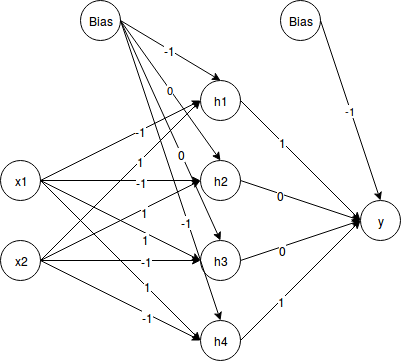
This is Assignment-2/images/3a.png from vishwakftw/CS6510-AML, a draw.io export, as it was before one commit. Source tidied: cells renumbered, new cells last; positions are measured from the earlier drawing's top-left corner, leaving out a move shared by most shapes. The source it was exported from:
```xml
<mxGraphModel background="#ffffff">
  <root>
    <mxCell id="0" />
    <mxCell id="1" parent="0" />
    <mxCell id="2" value="x2" style="ellipse;whiteSpace=wrap;html=1;" parent="1" vertex="1">
      <mxGeometry y="240" width="40" height="40" as="geometry" />
    </mxCell>
    <mxCell id="3" value="x1" style="ellipse;whiteSpace=wrap;html=1;" parent="1" vertex="1">
      <mxGeometry y="160" width="40" height="40" as="geometry" />
    </mxCell>
    <mxCell id="4" value="h1" style="ellipse;whiteSpace=wrap;html=1;" parent="1" vertex="1">
      <mxGeometry x="200" y="80" width="40" height="40" as="geometry" />
    </mxCell>
    <mxCell id="5" value="h2" style="ellipse;whiteSpace=wrap;html=1;" parent="1" vertex="1">
      <mxGeometry x="200" y="160" width="40" height="40" as="geometry" />
    </mxCell>
    <mxCell id="6" value="h3" style="ellipse;whiteSpace=wrap;html=1;" parent="1" vertex="1">
      <mxGeometry x="200" y="240" width="40" height="40" as="geometry" />
    </mxCell>
    <mxCell id="7" value="h4" style="ellipse;whiteSpace=wrap;html=1;" parent="1" vertex="1">
      <mxGeometry x="200" y="320" width="40" height="40" as="geometry" />
    </mxCell>
    <mxCell id="8" style="endArrow=classic;html=1;entryX=0;entryY=0.5;exitX=1;exitY=0.5;" parent="1" edge="1" source="3" target="4">
      <mxGeometry relative="1" as="geometry" />
    </mxCell>
    <mxCell id="9" value="-1" style="text;html=1;align=center;verticalAlign=middle;labelBackgroundColor=#ffffff;fontSize=12;" parent="8" vertex="1">
      <mxGeometry x="-0.01" y="-3" relative="1" as="geometry">
        <mxPoint x="20" y="-13" as="offset" />
      </mxGeometry>
    </mxCell>
    <mxCell id="10" style="endArrow=classic;html=1;entryX=0;entryY=0.5;exitX=1;exitY=0.5;" parent="1" edge="1" source="3" target="5">
      <mxGeometry relative="1" as="geometry" />
    </mxCell>
    <mxCell id="11" value="-1" style="text;html=1;align=center;verticalAlign=middle;labelBackgroundColor=#ffffff;fontSize=12;" parent="10" vertex="1">
      <mxGeometry x="0.26" y="-1" relative="1" as="geometry" />
    </mxCell>
    <mxCell id="12" style="endArrow=classic;html=1;entryX=0;entryY=0.5;exitX=1;exitY=0.5;" parent="1" edge="1" source="3" target="6">
      <mxGeometry relative="1" as="geometry" />
    </mxCell>
    <mxCell id="13" value="1" style="text;html=1;align=center;verticalAlign=middle;labelBackgroundColor=#ffffff;fontSize=12;" parent="12" vertex="1">
      <mxGeometry x="0.34" y="-5" relative="1" as="geometry" />
    </mxCell>
    <mxCell id="14" style="endArrow=classic;html=1;entryX=0;entryY=0.5;" parent="1" edge="1" target="7">
      <mxGeometry relative="1" as="geometry">
        <mxPoint x="40" y="180" as="sourcePoint" />
      </mxGeometry>
    </mxCell>
    <mxCell id="15" value="1" style="text;html=1;align=center;verticalAlign=middle;labelBackgroundColor=#ffffff;fontSize=12;" parent="14" vertex="1">
      <mxGeometry x="0.33" y="1" relative="1" as="geometry" />
    </mxCell>
    <mxCell id="16" style="endArrow=classic;html=1;entryX=0;entryY=0.5;exitX=1;exitY=0.5;" parent="1" edge="1" source="2" target="4">
      <mxGeometry relative="1" as="geometry" />
    </mxCell>
    <mxCell id="17" value="1" style="text;html=1;align=center;verticalAlign=middle;labelBackgroundColor=#ffffff;fontSize=12;" parent="16" vertex="1">
      <mxGeometry x="0.21" y="-6" relative="1" as="geometry">
        <mxPoint x="-1" y="-7" as="offset" />
      </mxGeometry>
    </mxCell>
    <mxCell id="18" style="endArrow=classic;html=1;entryX=0;entryY=0.5;exitX=1;exitY=0.5;" parent="1" edge="1" source="2" target="5">
      <mxGeometry relative="1" as="geometry" />
    </mxCell>
    <mxCell id="19" value="1" style="text;html=1;align=center;verticalAlign=middle;labelBackgroundColor=#ffffff;fontSize=12;" parent="18" vertex="1">
      <mxGeometry x="0.28" y="-4" relative="1" as="geometry">
        <mxPoint y="-1" as="offset" />
      </mxGeometry>
    </mxCell>
    <mxCell id="20" style="endArrow=classic;html=1;entryX=0;entryY=0.5;exitX=1;exitY=0.5;" parent="1" edge="1" source="2" target="6">
      <mxGeometry relative="1" as="geometry" />
    </mxCell>
    <mxCell id="21" value="-1" style="text;html=1;align=center;verticalAlign=middle;labelBackgroundColor=#ffffff;fontSize=12;" parent="20" vertex="1">
      <mxGeometry x="0.33" relative="1" as="geometry" />
    </mxCell>
    <mxCell id="22" style="endArrow=classic;html=1;entryX=0;entryY=0.5;exitX=1;exitY=0.5;" parent="1" edge="1" source="2" target="7">
      <mxGeometry relative="1" as="geometry" />
    </mxCell>
    <mxCell id="23" value="-1" style="text;html=1;align=center;verticalAlign=middle;labelBackgroundColor=#ffffff;fontSize=12;" parent="22" vertex="1">
      <mxGeometry x="0.35" y="-3" relative="1" as="geometry" />
    </mxCell>
    <mxCell id="24" value="y" style="ellipse;whiteSpace=wrap;html=1;" parent="1" vertex="1">
      <mxGeometry x="360" y="200" width="40" height="40" as="geometry" />
    </mxCell>
    <mxCell id="25" style="endArrow=classic;html=1;entryX=0;entryY=0.5;exitX=1;exitY=0.5;" parent="1" edge="1" source="4" target="24">
      <mxGeometry relative="1" as="geometry" />
    </mxCell>
    <mxCell id="26" value="1" style="text;html=1;align=center;verticalAlign=middle;labelBackgroundColor=#ffffff;fontSize=12;" parent="25" vertex="1">
      <mxGeometry x="-0.31" y="1" relative="1" as="geometry" />
    </mxCell>
    <mxCell id="27" style="endArrow=classic;html=1;entryX=0;entryY=0.5;exitX=1;exitY=0.5;" parent="1" edge="1" source="5" target="24">
      <mxGeometry relative="1" as="geometry" />
    </mxCell>
    <mxCell id="28" value="0" style="text;html=1;align=center;verticalAlign=middle;labelBackgroundColor=#ffffff;fontSize=12;" parent="27" vertex="1">
      <mxGeometry x="-0.33" y="-1" relative="1" as="geometry" />
    </mxCell>
    <mxCell id="29" style="endArrow=classic;html=1;exitX=1;exitY=0.5;" parent="1" edge="1" source="6">
      <mxGeometry relative="1" as="geometry">
        <mxPoint x="360" y="220" as="targetPoint" />
      </mxGeometry>
    </mxCell>
    <mxCell id="30" value="0" style="text;html=1;align=center;verticalAlign=middle;labelBackgroundColor=#ffffff;fontSize=12;" parent="29" vertex="1">
      <mxGeometry x="-0.32" y="-3" relative="1" as="geometry" />
    </mxCell>
    <mxCell id="31" style="endArrow=classic;html=1;entryX=0;entryY=0.5;exitX=1;exitY=0.5;" parent="1" edge="1" source="7" target="24">
      <mxGeometry relative="1" as="geometry" />
    </mxCell>
    <mxCell id="32" value="1" style="text;html=1;align=center;verticalAlign=middle;labelBackgroundColor=#ffffff;fontSize=12;" parent="31" vertex="1">
      <mxGeometry x="-0.33" y="-1" relative="1" as="geometry" />
    </mxCell>
    <mxCell id="33" value="Bias" style="ellipse;whiteSpace=wrap;html=1;" parent="1" vertex="1">
      <mxGeometry x="80" width="40" height="40" as="geometry" />
    </mxCell>
    <mxCell id="34" value="-1" style="endArrow=classic;html=1;entryX=0.5;entryY=0;exitX=1;exitY=0.5;fontSize=12;" parent="1" edge="1" source="33" target="4">
      <mxGeometry relative="1" as="geometry" />
    </mxCell>
    <mxCell id="35" value="0" style="endArrow=classic;html=1;exitX=1;exitY=0.5;entryX=0.5;entryY=0;" parent="1" edge="1" source="33" target="5">
      <mxGeometry relative="1" as="geometry" />
    </mxCell>
    <mxCell id="36" style="endArrow=classic;html=1;entryX=0.5;entryY=0;exitX=1;exitY=0.5;" parent="1" edge="1" source="33" target="6">
      <mxGeometry relative="1" as="geometry" />
    </mxCell>
    <mxCell id="37" value="0" style="text;html=1;align=center;verticalAlign=middle;labelBackgroundColor=#ffffff;fontSize=12;" parent="36" vertex="1">
      <mxGeometry x="0.22" relative="1" as="geometry" />
    </mxCell>
    <mxCell id="38" style="endArrow=classic;html=1;entryX=0.5;entryY=0;exitX=1;exitY=0.5;" parent="1" edge="1" source="33" target="7">
      <mxGeometry relative="1" as="geometry" />
    </mxCell>
    <mxCell id="39" value="-1" style="text;html=1;align=center;verticalAlign=middle;labelBackgroundColor=#ffffff;fontSize=12;" parent="38" vertex="1">
      <mxGeometry x="0.34" y="-1" relative="1" as="geometry" />
    </mxCell>
    <mxCell id="40" value="Bias" style="ellipse;whiteSpace=wrap;html=1;" parent="1" vertex="1">
      <mxGeometry x="280" width="40" height="40" as="geometry" />
    </mxCell>
    <mxCell id="41" value="-1" style="endArrow=classic;html=1;exitX=1;exitY=0.5;entryX=0.5;entryY=0;" parent="1" edge="1" source="40" target="24">
      <mxGeometry relative="1" as="geometry" />
    </mxCell>
  </root>
</mxGraphModel>
```
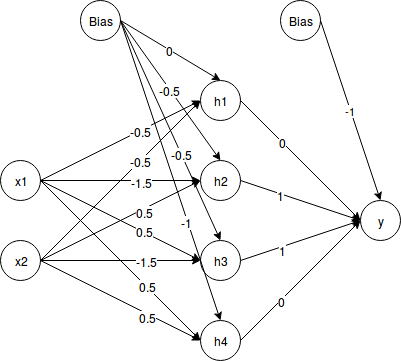
After the change.

Change to the diagram source:
```diff
@@ -23,7 +23,7 @@
     <mxCell id="8" style="endArrow=classic;html=1;entryX=0;entryY=0.5;exitX=1;exitY=0.5;" parent="1" edge="1" source="3" target="4">
       <mxGeometry relative="1" as="geometry" />
     </mxCell>
-    <mxCell id="9" value="-1" style="text;html=1;align=center;verticalAlign=middle;labelBackgroundColor=#ffffff;fontSize=12;" parent="8" vertex="1">
+    <mxCell id="9" value="-0.5" style="text;html=1;align=center;verticalAlign=middle;labelBackgroundColor=#ffffff;fontSize=12;" parent="8" vertex="1">
       <mxGeometry x="-0.01" y="-3" relative="1" as="geometry">
         <mxPoint x="20" y="-13" as="offset" />
       </mxGeometry>
@@ -31,27 +31,29 @@
     <mxCell id="10" style="endArrow=classic;html=1;entryX=0;entryY=0.5;exitX=1;exitY=0.5;" parent="1" edge="1" source="3" target="5">
       <mxGeometry relative="1" as="geometry" />
     </mxCell>
-    <mxCell id="11" value="-1" style="text;html=1;align=center;verticalAlign=middle;labelBackgroundColor=#ffffff;fontSize=12;" parent="10" vertex="1">
+    <mxCell id="11" value="-1.5" style="text;html=1;align=center;verticalAlign=middle;labelBackgroundColor=#ffffff;fontSize=12;" parent="10" vertex="1">
       <mxGeometry x="0.26" y="-1" relative="1" as="geometry" />
     </mxCell>
     <mxCell id="12" style="endArrow=classic;html=1;entryX=0;entryY=0.5;exitX=1;exitY=0.5;" parent="1" edge="1" source="3" target="6">
       <mxGeometry relative="1" as="geometry" />
     </mxCell>
-    <mxCell id="13" value="1" style="text;html=1;align=center;verticalAlign=middle;labelBackgroundColor=#ffffff;fontSize=12;" parent="12" vertex="1">
-      <mxGeometry x="0.34" y="-5" relative="1" as="geometry" />
+    <mxCell id="13" value="0.5" style="text;html=1;align=center;verticalAlign=middle;labelBackgroundColor=#ffffff;fontSize=12;" parent="12" vertex="1">
+      <mxGeometry x="0.34" y="-5" relative="1" as="geometry">
+        <mxPoint x="-1" y="-8" as="offset" />
+      </mxGeometry>
     </mxCell>
     <mxCell id="14" style="endArrow=classic;html=1;entryX=0;entryY=0.5;" parent="1" edge="1" target="7">
       <mxGeometry relative="1" as="geometry">
         <mxPoint x="40" y="180" as="sourcePoint" />
       </mxGeometry>
     </mxCell>
-    <mxCell id="15" value="1" style="text;html=1;align=center;verticalAlign=middle;labelBackgroundColor=#ffffff;fontSize=12;" parent="14" vertex="1">
+    <mxCell id="15" value="0.5" style="text;html=1;align=center;verticalAlign=middle;labelBackgroundColor=#ffffff;fontSize=12;" parent="14" vertex="1">
       <mxGeometry x="0.33" y="1" relative="1" as="geometry" />
     </mxCell>
     <mxCell id="16" style="endArrow=classic;html=1;entryX=0;entryY=0.5;exitX=1;exitY=0.5;" parent="1" edge="1" source="2" target="4">
       <mxGeometry relative="1" as="geometry" />
     </mxCell>
-    <mxCell id="17" value="1" style="text;html=1;align=center;verticalAlign=middle;labelBackgroundColor=#ffffff;fontSize=12;" parent="16" vertex="1">
+    <mxCell id="17" value="-0.5" style="text;html=1;align=center;verticalAlign=middle;labelBackgroundColor=#ffffff;fontSize=12;" parent="16" vertex="1">
       <mxGeometry x="0.21" y="-6" relative="1" as="geometry">
         <mxPoint x="-1" y="-7" as="offset" />
       </mxGeometry>
@@ -59,7 +61,7 @@
     <mxCell id="18" style="endArrow=classic;html=1;entryX=0;entryY=0.5;exitX=1;exitY=0.5;" parent="1" edge="1" source="2" target="5">
       <mxGeometry relative="1" as="geometry" />
     </mxCell>
-    <mxCell id="19" value="1" style="text;html=1;align=center;verticalAlign=middle;labelBackgroundColor=#ffffff;fontSize=12;" parent="18" vertex="1">
+    <mxCell id="19" value="0.5" style="text;html=1;align=center;verticalAlign=middle;labelBackgroundColor=#ffffff;fontSize=12;" parent="18" vertex="1">
       <mxGeometry x="0.28" y="-4" relative="1" as="geometry">
         <mxPoint y="-1" as="offset" />
       </mxGeometry>
@@ -67,13 +69,13 @@
     <mxCell id="20" style="endArrow=classic;html=1;entryX=0;entryY=0.5;exitX=1;exitY=0.5;" parent="1" edge="1" source="2" target="6">
       <mxGeometry relative="1" as="geometry" />
     </mxCell>
-    <mxCell id="21" value="-1" style="text;html=1;align=center;verticalAlign=middle;labelBackgroundColor=#ffffff;fontSize=12;" parent="20" vertex="1">
+    <mxCell id="21" value="-1.5" style="text;html=1;align=center;verticalAlign=middle;labelBackgroundColor=#ffffff;fontSize=12;" parent="20" vertex="1">
       <mxGeometry x="0.33" relative="1" as="geometry" />
     </mxCell>
     <mxCell id="22" style="endArrow=classic;html=1;entryX=0;entryY=0.5;exitX=1;exitY=0.5;" parent="1" edge="1" source="2" target="7">
       <mxGeometry relative="1" as="geometry" />
     </mxCell>
-    <mxCell id="23" value="-1" style="text;html=1;align=center;verticalAlign=middle;labelBackgroundColor=#ffffff;fontSize=12;" parent="22" vertex="1">
+    <mxCell id="23" value="0.5" style="text;html=1;align=center;verticalAlign=middle;labelBackgroundColor=#ffffff;fontSize=12;" parent="22" vertex="1">
       <mxGeometry x="0.35" y="-3" relative="1" as="geometry" />
     </mxCell>
     <mxCell id="24" value="y" style="ellipse;whiteSpace=wrap;html=1;" parent="1" vertex="1">
@@ -82,13 +84,13 @@
     <mxCell id="25" style="endArrow=classic;html=1;entryX=0;entryY=0.5;exitX=1;exitY=0.5;" parent="1" edge="1" source="4" target="24">
       <mxGeometry relative="1" as="geometry" />
     </mxCell>
-    <mxCell id="26" value="1" style="text;html=1;align=center;verticalAlign=middle;labelBackgroundColor=#ffffff;fontSize=12;" parent="25" vertex="1">
+    <mxCell id="26" value="0" style="text;html=1;align=center;verticalAlign=middle;labelBackgroundColor=#ffffff;fontSize=12;" parent="25" vertex="1">
       <mxGeometry x="-0.31" y="1" relative="1" as="geometry" />
     </mxCell>
     <mxCell id="27" style="endArrow=classic;html=1;entryX=0;entryY=0.5;exitX=1;exitY=0.5;" parent="1" edge="1" source="5" target="24">
       <mxGeometry relative="1" as="geometry" />
     </mxCell>
-    <mxCell id="28" value="0" style="text;html=1;align=center;verticalAlign=middle;labelBackgroundColor=#ffffff;fontSize=12;" parent="27" vertex="1">
+    <mxCell id="28" value="1" style="text;html=1;align=center;verticalAlign=middle;labelBackgroundColor=#ffffff;fontSize=12;" parent="27" vertex="1">
       <mxGeometry x="-0.33" y="-1" relative="1" as="geometry" />
     </mxCell>
     <mxCell id="29" style="endArrow=classic;html=1;exitX=1;exitY=0.5;" parent="1" edge="1" source="6">
@@ -96,28 +98,28 @@
         <mxPoint x="360" y="220" as="targetPoint" />
       </mxGeometry>
     </mxCell>
-    <mxCell id="30" value="0" style="text;html=1;align=center;verticalAlign=middle;labelBackgroundColor=#ffffff;fontSize=12;" parent="29" vertex="1">
+    <mxCell id="30" value="1" style="text;html=1;align=center;verticalAlign=middle;labelBackgroundColor=#ffffff;fontSize=12;" parent="29" vertex="1">
       <mxGeometry x="-0.32" y="-3" relative="1" as="geometry" />
     </mxCell>
     <mxCell id="31" style="endArrow=classic;html=1;entryX=0;entryY=0.5;exitX=1;exitY=0.5;" parent="1" edge="1" source="7" target="24">
       <mxGeometry relative="1" as="geometry" />
     </mxCell>
-    <mxCell id="32" value="1" style="text;html=1;align=center;verticalAlign=middle;labelBackgroundColor=#ffffff;fontSize=12;" parent="31" vertex="1">
+    <mxCell id="32" value="0" style="text;html=1;align=center;verticalAlign=middle;labelBackgroundColor=#ffffff;fontSize=12;" parent="31" vertex="1">
       <mxGeometry x="-0.33" y="-1" relative="1" as="geometry" />
     </mxCell>
     <mxCell id="33" value="Bias" style="ellipse;whiteSpace=wrap;html=1;" parent="1" vertex="1">
       <mxGeometry x="80" width="40" height="40" as="geometry" />
     </mxCell>
-    <mxCell id="34" value="-1" style="endArrow=classic;html=1;entryX=0.5;entryY=0;exitX=1;exitY=0.5;fontSize=12;" parent="1" edge="1" source="33" target="4">
+    <mxCell id="34" value="0" style="endArrow=classic;html=1;entryX=0.5;entryY=0;exitX=1;exitY=0.5;fontSize=12;" parent="1" edge="1" source="33" target="4">
       <mxGeometry relative="1" as="geometry" />
     </mxCell>
-    <mxCell id="35" value="0" style="endArrow=classic;html=1;exitX=1;exitY=0.5;entryX=0.5;entryY=0;" parent="1" edge="1" source="33" target="5">
+    <mxCell id="35" value="-0.5" style="endArrow=classic;html=1;exitX=1;exitY=0.5;entryX=0.5;entryY=0;fontSize=12;fontStyle=0;" parent="1" edge="1" source="33" target="5">
       <mxGeometry relative="1" as="geometry" />
     </mxCell>
     <mxCell id="36" style="endArrow=classic;html=1;entryX=0.5;entryY=0;exitX=1;exitY=0.5;" parent="1" edge="1" source="33" target="6">
       <mxGeometry relative="1" as="geometry" />
     </mxCell>
-    <mxCell id="37" value="0" style="text;html=1;align=center;verticalAlign=middle;labelBackgroundColor=#ffffff;fontSize=12;" parent="36" vertex="1">
+    <mxCell id="37" value="-0.5" style="text;html=1;align=center;verticalAlign=middle;labelBackgroundColor=#ffffff;fontSize=12;" parent="36" vertex="1">
       <mxGeometry x="0.22" relative="1" as="geometry" />
     </mxCell>
     <mxCell id="38" style="endArrow=classic;html=1;entryX=0.5;entryY=0;exitX=1;exitY=0.5;" parent="1" edge="1" source="33" target="7">
```
